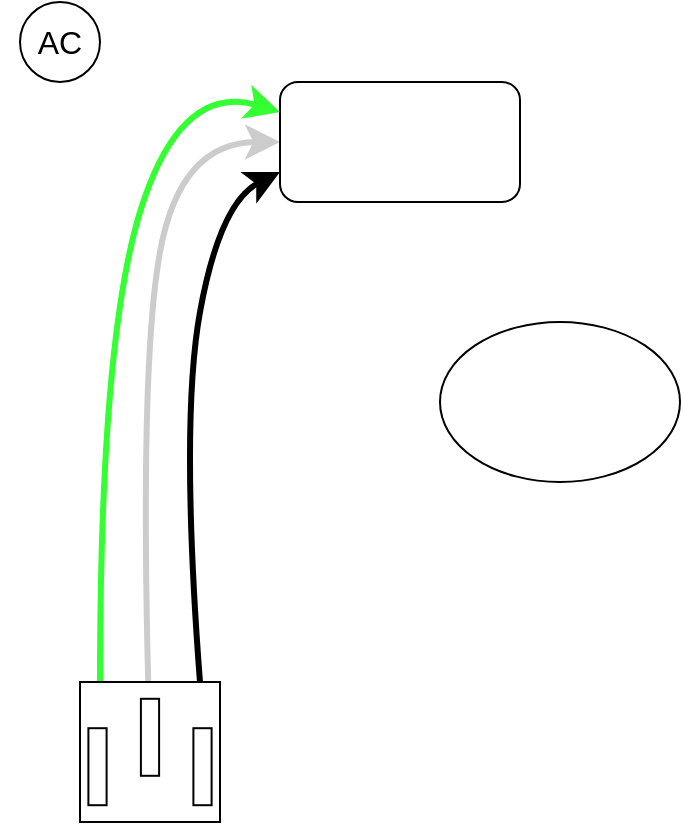
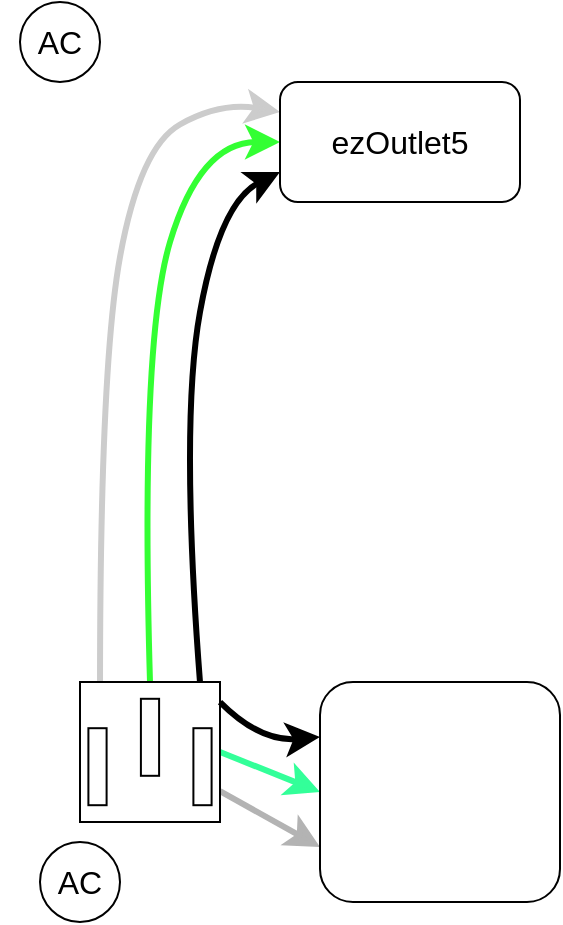
<mxfile host="app.diagrams.net" agent="Mozilla/5.0 (Macintosh; Intel Mac OS X 10_15_7) AppleWebKit/605.1.15 (KHTML, like Gecko) Version/18.1.1 Safari/605.1.15" version="25.0.3">
  <diagram name="Page-1" id="VlRkN-xOVygPYa-iD9Ir">
-     <mxGraphModel dx="1881" dy="668" grid="1" gridSize="10" guides="1" tooltips="1" connect="1" arrows="1" fold="1" page="1" pageScale="1" pageWidth="1169" pageHeight="827" background="none" math="0" shadow="0">
+     <mxGraphModel dx="2017" dy="795" grid="1" gridSize="10" guides="1" tooltips="1" connect="1" arrows="1" fold="1" page="1" pageScale="1" pageWidth="1169" pageHeight="827" background="none" math="0" shadow="0">
      <root>
        <mxCell id="0" />
        <mxCell id="1" parent="0" />
-         <mxCell id="pD8juBFKP1GN8B8eYQTb-4" style="edgeStyle=none;curved=1;rounded=0;orthogonalLoop=1;jettySize=auto;html=1;entryX=0;entryY=0.5;entryDx=0;entryDy=0;fontSize=12;startSize=8;endSize=8;strokeColor=#CCCCCC;strokeWidth=3;" edge="1" parent="1" source="pD8juBFKP1GN8B8eYQTb-1" target="pD8juBFKP1GN8B8eYQTb-3">
+         <mxCell id="pD8juBFKP1GN8B8eYQTb-4" style="edgeStyle=none;curved=1;rounded=0;orthogonalLoop=1;jettySize=auto;html=1;fontSize=12;startSize=8;endSize=8;strokeColor=#CCCCCC;strokeWidth=3;entryX=0;entryY=0.25;entryDx=0;entryDy=0;exitX=0.143;exitY=0.036;exitDx=0;exitDy=0;exitPerimeter=0;" edge="1" parent="1" source="pD8juBFKP1GN8B8eYQTb-1" target="pD8juBFKP1GN8B8eYQTb-3">
          <mxGeometry relative="1" as="geometry">
+             <mxPoint x="44.10256410256443" y="402.5" as="sourcePoint" />
+             <mxPoint x="140" y="117.5" as="targetPoint" />
            <Array as="points">
-               <mxPoint x="60" y="240" />
-               <mxPoint x="80" y="130" />
+               <mxPoint x="40" y="242.5" />
+               <mxPoint x="60" y="132.5" />
+               <mxPoint x="100" y="110" />
            </Array>
          </mxGeometry>
        </mxCell>
-         <mxCell id="pD8juBFKP1GN8B8eYQTb-5" style="edgeStyle=none;curved=1;rounded=0;orthogonalLoop=1;jettySize=auto;html=1;fontSize=12;startSize=8;endSize=8;exitX=0.143;exitY=0;exitDx=0;exitDy=0;exitPerimeter=0;entryX=0;entryY=0.25;entryDx=0;entryDy=0;strokeColor=#33FF33;strokeWidth=3;" edge="1" parent="1" source="pD8juBFKP1GN8B8eYQTb-1" target="pD8juBFKP1GN8B8eYQTb-3">
+         <mxCell id="pD8juBFKP1GN8B8eYQTb-5" style="edgeStyle=none;curved=1;rounded=0;orthogonalLoop=1;jettySize=auto;html=1;fontSize=12;startSize=8;endSize=8;exitX=0.5;exitY=0;exitDx=0;exitDy=0;exitPerimeter=0;entryX=0;entryY=0.5;entryDx=0;entryDy=0;strokeColor=#33FF33;strokeWidth=3;" edge="1" parent="1" source="pD8juBFKP1GN8B8eYQTb-1" target="pD8juBFKP1GN8B8eYQTb-3">
          <mxGeometry relative="1" as="geometry">
            <mxPoint x="110" y="160" as="targetPoint" />
            <mxPoint x="40" y="390" as="sourcePoint" />
            <Array as="points">
-               <mxPoint x="40" y="230" />
-               <mxPoint x="80" y="100" />
+               <mxPoint x="60" y="230" />
+               <mxPoint x="90" y="130" />
            </Array>
          </mxGeometry>
        </mxCell>
        <mxCell id="pD8juBFKP1GN8B8eYQTb-6" style="edgeStyle=none;curved=1;rounded=0;orthogonalLoop=1;jettySize=auto;html=1;entryX=0;entryY=0.75;entryDx=0;entryDy=0;fontSize=12;startSize=8;endSize=8;exitX=0.857;exitY=0;exitDx=0;exitDy=0;exitPerimeter=0;strokeWidth=3;" edge="1" parent="1" source="pD8juBFKP1GN8B8eYQTb-1" target="pD8juBFKP1GN8B8eYQTb-3">
          <mxGeometry relative="1" as="geometry">
            <mxPoint x="90" y="390" as="sourcePoint" />
            <Array as="points">
              <mxPoint x="80" y="270" />
              <mxPoint x="100" y="160" />
            </Array>
+           </mxGeometry>
+         </mxCell>
+         <mxCell id="pD8juBFKP1GN8B8eYQTb-27" style="edgeStyle=none;curved=1;rounded=0;orthogonalLoop=1;jettySize=auto;html=1;exitX=1;exitY=0.5;exitDx=0;exitDy=0;exitPerimeter=0;entryX=0;entryY=0.5;entryDx=0;entryDy=0;fontSize=12;startSize=8;endSize=8;strokeWidth=3;strokeColor=#33FF99;" edge="1" parent="1" source="pD8juBFKP1GN8B8eYQTb-1" target="pD8juBFKP1GN8B8eYQTb-24">
+           <mxGeometry relative="1" as="geometry" />
+         </mxCell>
+         <mxCell id="pD8juBFKP1GN8B8eYQTb-29" value="" style="edgeStyle=none;curved=1;rounded=0;orthogonalLoop=1;jettySize=auto;html=1;fontSize=12;startSize=8;endSize=8;entryX=0;entryY=0.75;entryDx=0;entryDy=0;strokeColor=#B3B3B3;strokeWidth=3;flowAnimation=0;" edge="1" parent="1" source="pD8juBFKP1GN8B8eYQTb-1" target="pD8juBFKP1GN8B8eYQTb-24">
+           <mxGeometry relative="1" as="geometry">
+             <Array as="points" />
          </mxGeometry>
        </mxCell>
        <mxCell id="pD8juBFKP1GN8B8eYQTb-1" value="" style="pointerEvents=1;verticalLabelPosition=bottom;shadow=0;dashed=0;align=center;html=1;verticalAlign=top;shape=mxgraph.electrical.miscellaneous.ac_out" vertex="1" parent="1">
          <mxGeometry x="30" y="400" width="70" height="70" as="geometry" />
        </mxCell>
        <mxCell id="pD8juBFKP1GN8B8eYQTb-3" value="" style="rounded=1;whiteSpace=wrap;html=1;" vertex="1" parent="1">
          <mxGeometry x="130" y="100" width="120" height="60" as="geometry" />
        </mxCell>
        <mxCell id="pD8juBFKP1GN8B8eYQTb-9" value="" style="ellipse;whiteSpace=wrap;html=1;fillColor=none;" vertex="1" parent="1">
          <mxGeometry y="60" width="40" height="40" as="geometry" />
        </mxCell>
        <mxCell id="pD8juBFKP1GN8B8eYQTb-11" value="AC" style="text;html=1;align=center;verticalAlign=middle;whiteSpace=wrap;rounded=0;fontSize=16;" vertex="1" parent="1">
          <mxGeometry x="-10" y="65" width="60" height="30" as="geometry" />
        </mxCell>
-         <mxCell id="pD8juBFKP1GN8B8eYQTb-13" value="" style="ellipse;whiteSpace=wrap;html=1;" vertex="1" parent="1">
-           <mxGeometry x="210" y="220" width="120" height="80" as="geometry" />
+         <mxCell id="pD8juBFKP1GN8B8eYQTb-15" value="ezOutlet5" style="text;html=1;align=center;verticalAlign=middle;whiteSpace=wrap;rounded=0;fontSize=16;" vertex="1" parent="1">
+           <mxGeometry x="160" y="110" width="60" height="40" as="geometry" />
+         </mxCell>
+         <mxCell id="pD8juBFKP1GN8B8eYQTb-22" value="AC" style="text;html=1;align=center;verticalAlign=middle;whiteSpace=wrap;rounded=0;fontSize=16;" vertex="1" parent="1">
+           <mxGeometry y="485" width="60" height="30" as="geometry" />
+         </mxCell>
+         <mxCell id="pD8juBFKP1GN8B8eYQTb-23" value="" style="ellipse;whiteSpace=wrap;html=1;fillColor=none;" vertex="1" parent="1">
+           <mxGeometry x="10" y="480" width="40" height="40" as="geometry" />
+         </mxCell>
+         <mxCell id="pD8juBFKP1GN8B8eYQTb-24" value="" style="rounded=1;whiteSpace=wrap;html=1;" vertex="1" parent="1">
+           <mxGeometry x="150" y="400" width="120" height="110" as="geometry" />
+         </mxCell>
+         <mxCell id="pD8juBFKP1GN8B8eYQTb-25" value="" style="endArrow=classic;html=1;rounded=0;fontSize=12;startSize=8;endSize=8;curved=1;exitX=1;exitY=0.143;exitDx=0;exitDy=0;exitPerimeter=0;entryX=0;entryY=0.25;entryDx=0;entryDy=0;strokeWidth=3;" edge="1" parent="1" source="pD8juBFKP1GN8B8eYQTb-1" target="pD8juBFKP1GN8B8eYQTb-24">
+           <mxGeometry width="50" height="50" relative="1" as="geometry">
+             <mxPoint x="180" y="290" as="sourcePoint" />
+             <mxPoint x="230" y="240" as="targetPoint" />
+             <Array as="points">
+               <mxPoint x="120" y="430" />
+             </Array>
+           </mxGeometry>
        </mxCell>
      </root>
    </mxGraphModel>
  </diagram>
</mxfile>
